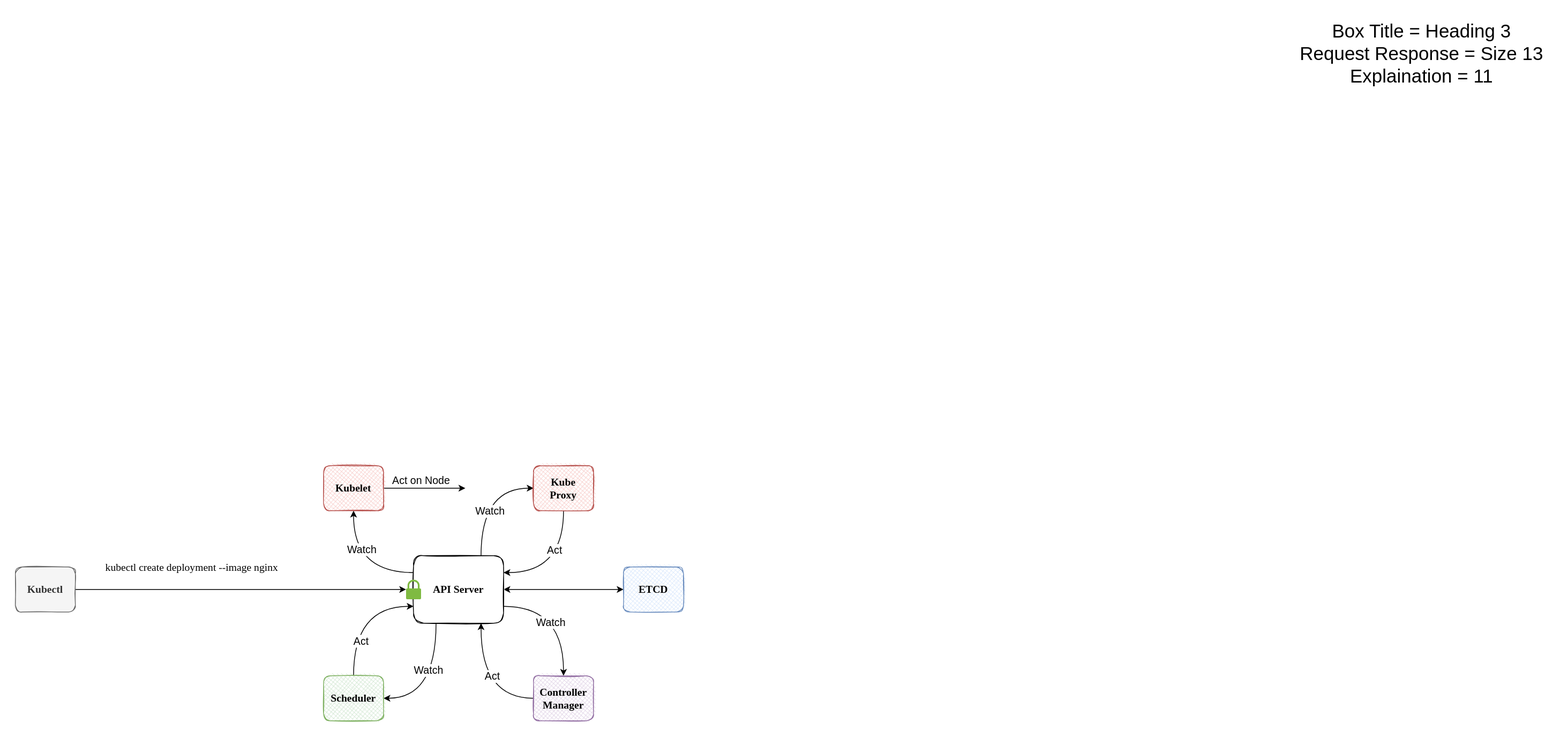
sharadregoti/try-out keeps this draw.io diagram as 01-kubernetes-the-hard-way/journey-of-deployment-resource-generalize.svg. Above is the earlier version. Source tidied: cells renumbered, new cells last; positions are measured from the earlier drawing's top-left corner, leaving out a move shared by most shapes.
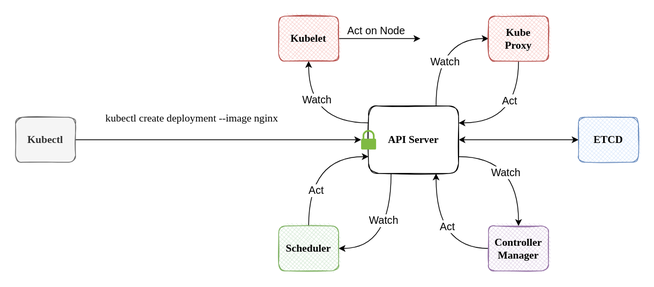
After the commit.

The edit, as a diff of the source:
```diff
@@ -51,7 +51,7 @@
       <mxGeometry relative="1" as="geometry" />
     </mxCell>
     <mxCell id="18" value="&lt;h3&gt;Kubectl&lt;/h3&gt;" style="rounded=1;whiteSpace=wrap;html=1;shadow=0;glass=0;sketch=1;fontFamily=Comic Sans MS;fillStyle=solid;fillColor=#f5f5f5;fontColor=#333333;strokeColor=#666666;" parent="1" vertex="1">
-      <mxGeometry y="735" width="80" height="60" as="geometry" />
+      <mxGeometry x="60" y="735" width="80" height="60" as="geometry" />
     </mxCell>
     <mxCell id="19" style="edgeStyle=orthogonalEdgeStyle;rounded=0;jettySize=auto;html=1;fontFamily=Comic Sans MS;fontSize=14;curved=1;entryX=0.5;entryY=1;entryDx=0;entryDy=0;exitX=0;exitY=0.25;exitDx=0;exitDy=0;" parent="1" edge="1" source="5" target="23">
       <mxGeometry relative="1" as="geometry" />
@@ -82,13 +82,10 @@
       <mxGeometry x="691" y="600" width="80" height="60" as="geometry" />
     </mxCell>
     <mxCell id="27" value="&lt;font style=&quot;font-size: 14px;&quot;&gt;kubectl create deployment --image nginx&lt;/font&gt;" style="text;html=1;align=center;verticalAlign=middle;strokeColor=none;fillColor=none;fontSize=14;fontFamily=Comic Sans MS;" parent="1" vertex="1">
-      <mxGeometry x="90" y="722" width="290" height="30" as="geometry" />
+      <mxGeometry x="150" y="722" width="290" height="30" as="geometry" />
     </mxCell>
     <mxCell id="28" style="sketch=0;shadow=0;dashed=0;html=1;strokeColor=none;labelPosition=center;verticalLabelPosition=bottom;verticalAlign=top;outlineConnect=0;align=center;shape=mxgraph.office.security.lock_protected;fillColor=#7FBA42;fontFamily=Comic Sans MS;fontSize=14;" parent="1" vertex="1">
       <mxGeometry x="521" y="752" width="20" height="26" as="geometry" />
     </mxCell>
-    <mxCell id="29" value="&lt;font style=&quot;font-size: 25px;&quot;&gt;Box Title = Heading 3&lt;br&gt;Request Response = Size 13&lt;br&gt;Explaination = 11&lt;br&gt;&lt;/font&gt;" style="text;html=1;align=center;verticalAlign=middle;strokeColor=none;fillColor=none;" parent="1" vertex="1">
-      <mxGeometry x="1700" width="350" height="100" as="geometry" />
-    </mxCell>
   </root>
 </mxGraphModel>
```
